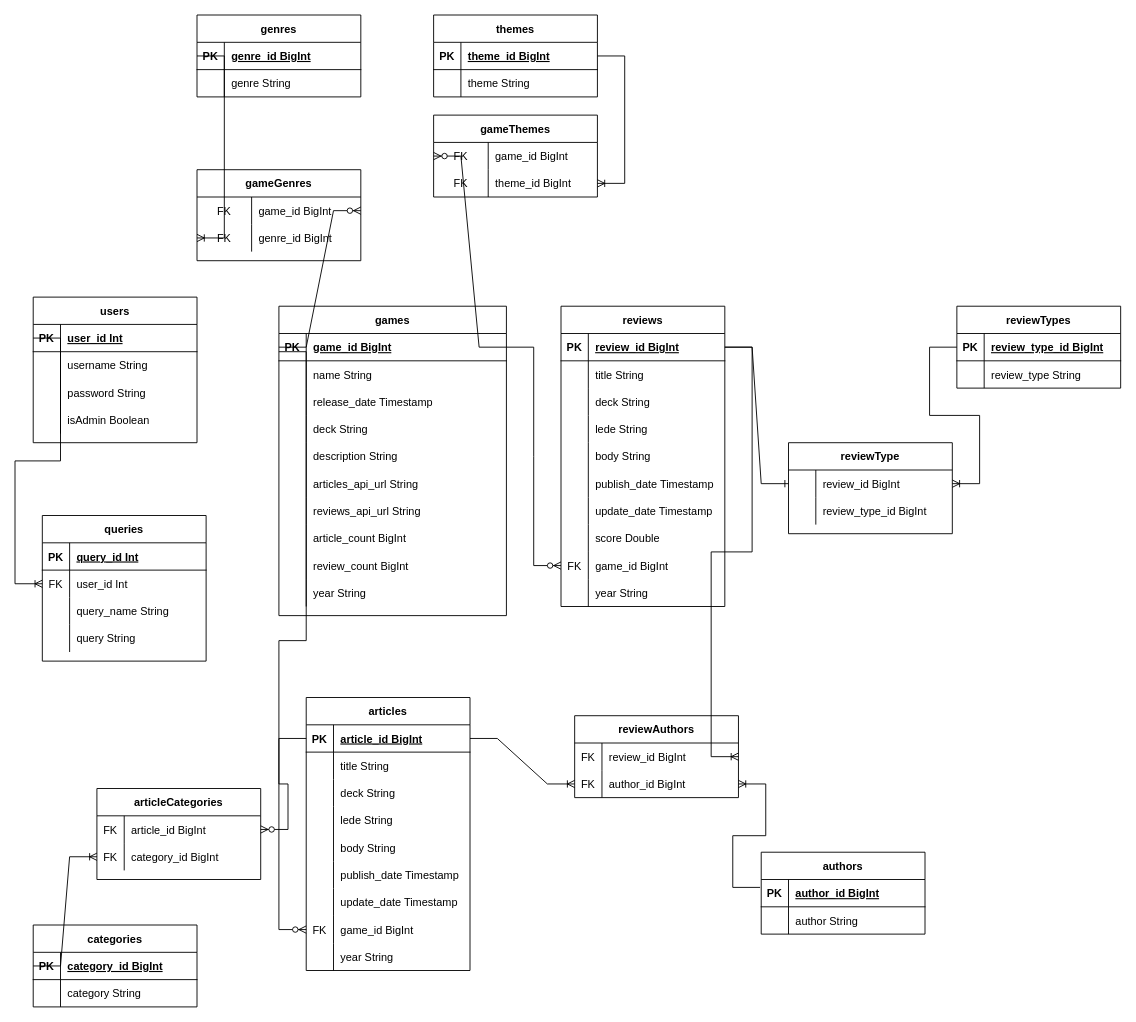
ryanmcallistergrum/Project1 keeps this draw.io diagram as Project1 Database Diagram.drawio. Above is the earlier version. Source tidied: cells renumbered, new cells numbered last; positions are measured from the earlier drawing's top-left corner, leaving out a move shared by most shapes. Both pictures are drawn from the tidied source at 91%, with x=0, y=0 at pixel (33, 15).
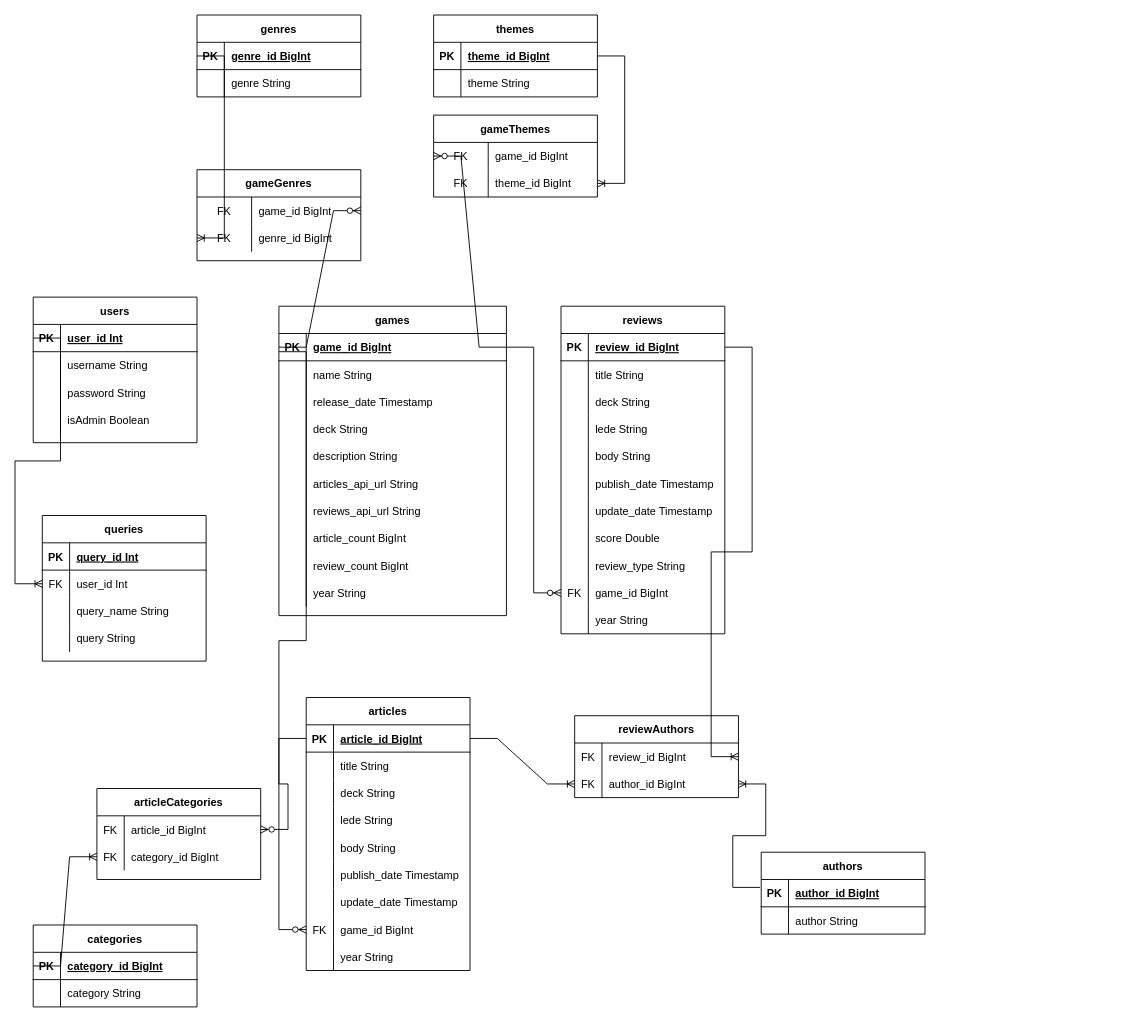
Above is the later version.

Commit message (it also covers changes not shown here):
Re-added review_type to reviews.

The change refers to these unchanged cells:
```xml
<mxCell id="93" style="shape=partialRectangle;fillColor=none;top=0;left=0;bottom=1;right=0;points=[[0,0.5],[1,0.5]];portConstraint=eastwest;" parent="92" vertex="1">
  <mxGeometry y="30" width="180" height="30" as="geometry" />
</mxCell>
```

The edit, as a diff of the source:
```diff
@@
     <mxCell id="92" value="reviews" style="shape=table;startSize=30;childLayout=tableLayout;rowLines=0;fontStyle=1;align=center;" parent="1" vertex="1">
-      <mxGeometry x="580" y="320" width="180" height="330" as="geometry" />
+      <mxGeometry x="580" y="320" width="180" height="360" as="geometry" />
     </mxCell>
@@
+    <mxCell id="202" style="shape=partialRectangle;fillColor=none;top=0;left=0;bottom=0;right=0;" parent="92" vertex="1">
+      <mxGeometry y="270" width="180" height="30" as="geometry" />
+    </mxCell>
+    <mxCell id="203" style="shape=partialRectangle;fillColor=none;top=0;left=0;bottom=0;right=0;overflow=hidden;" parent="202" vertex="1">
+      <mxGeometry width="30" height="30" as="geometry" />
+    </mxCell>
+    <mxCell id="192" value="review_type String" style="shape=partialRectangle;fillColor=none;top=0;left=0;bottom=0;right=0;align=left;spacingLeft=6;overflow=hidden;" parent="202" vertex="1">
+      <mxGeometry x="30" width="150" height="30" as="geometry" />
+    </mxCell>
     <mxCell id="117" style="shape=partialRectangle;fillColor=none;top=0;left=0;bottom=0;right=0;points=[[0,0.5],[1,0.5]];portConstraint=eastwest;" parent="92" vertex="1">
-      <mxGeometry y="270" width="180" height="30" as="geometry" />
+      <mxGeometry y="300" width="180" height="30" as="geometry" />
     </mxCell>
@@
     <mxCell id="120" style="shape=partialRectangle;fillColor=none;top=0;left=0;bottom=0;right=0;" parent="92" vertex="1">
-      <mxGeometry y="300" width="180" height="30" as="geometry" />
+      <mxGeometry y="330" width="180" height="30" as="geometry" />
     </mxCell>
@@
-    <mxCell id="186" value="reviewTypes" style="shape=table;startSize=30;childLayout=tableLayout;rowLines=0;fontStyle=1;align=center;" parent="1" vertex="1">
-      <mxGeometry x="1015" y="320" width="180" height="90" as="geometry" />
-    </mxCell>
-    <mxCell id="187" style="shape=partialRectangle;fillColor=none;top=0;left=0;bottom=1;right=0;points=[[0,0.5],[1,0.5]];portConstraint=eastwest;" parent="186" vertex="1">
-      <mxGeometry y="30" width="180" height="30" as="geometry" />
-    </mxCell>
-    <mxCell id="188" value="PK" style="shape=partialRectangle;fillColor=none;top=0;left=0;bottom=0;right=0;fontStyle=1;overflow=hidden;" parent="187" vertex="1">
-      <mxGeometry width="30" height="30" as="geometry" />
-    </mxCell>
-    <mxCell id="189" value="review_type_id BigInt" style="shape=partialRectangle;fillColor=none;top=0;left=0;bottom=0;right=0;align=left;spacingLeft=6;fontStyle=5;overflow=hidden;" parent="187" vertex="1">
-      <mxGeometry x="30" width="150" height="30" as="geometry" />
-    </mxCell>
-    <mxCell id="190" style="shape=partialRectangle;fillColor=none;top=0;left=0;bottom=0;right=0;" parent="186" vertex="1">
-      <mxGeometry y="60" width="180" height="30" as="geometry" />
-    </mxCell>
-    <mxCell id="191" style="shape=partialRectangle;fillColor=none;top=0;left=0;bottom=0;right=0;overflow=hidden;" parent="190" vertex="1">
-      <mxGeometry width="30" height="30" as="geometry" />
-    </mxCell>
-    <mxCell id="192" value="review_type String" style="shape=partialRectangle;fillColor=none;top=0;left=0;bottom=0;right=0;align=left;spacingLeft=6;overflow=hidden;" parent="190" vertex="1">
-      <mxGeometry x="30" width="150" height="30" as="geometry" />
-    </mxCell>
-    <mxCell id="193" value="reviewType" style="shape=table;startSize=30;childLayout=tableLayout;rowLines=0;fontStyle=1;align=center;" parent="1" vertex="1">
-      <mxGeometry x="830" y="470" width="180" height="100" as="geometry" />
-    </mxCell>
-    <mxCell id="194" style="shape=partialRectangle;fillColor=none;top=0;left=0;bottom=0;right=0;points=[[0,0.5],[1,0.5]];portConstraint=eastwest;" parent="193" vertex="1">
-      <mxGeometry y="30" width="180" height="30" as="geometry" />
-    </mxCell>
-    <mxCell id="195" style="shape=partialRectangle;fillColor=none;top=0;left=0;bottom=0;right=0;overflow=hidden;" parent="194" vertex="1">
-      <mxGeometry width="30" height="30" as="geometry" />
-    </mxCell>
-    <mxCell id="196" value="review_id BigInt" style="shape=partialRectangle;fillColor=none;top=0;left=0;bottom=0;right=0;align=left;spacingLeft=6;overflow=hidden;" parent="194" vertex="1">
-      <mxGeometry x="30" width="150" height="30" as="geometry" />
-    </mxCell>
-    <mxCell id="197" style="shape=partialRectangle;fillColor=none;top=0;left=0;bottom=0;right=0;" parent="193" vertex="1">
-      <mxGeometry y="60" width="180" height="30" as="geometry" />
-    </mxCell>
-    <mxCell id="198" style="shape=partialRectangle;fillColor=none;top=0;left=0;bottom=0;right=0;overflow=hidden;" parent="197" vertex="1">
-      <mxGeometry width="30" height="30" as="geometry" />
-    </mxCell>
-    <mxCell id="199" value="review_type_id BigInt" style="shape=partialRectangle;fillColor=none;top=0;left=0;bottom=0;right=0;align=left;spacingLeft=6;overflow=hidden;" parent="197" vertex="1">
-      <mxGeometry x="30" width="150" height="30" as="geometry" />
-    </mxCell>
-    <mxCell id="200" style="edgeStyle=entityRelationEdgeStyle;fontSize=12;html=1;endArrow=ERone;endFill=1;rounded=0;exitX=1;exitY=0.5;exitDx=0;exitDy=0;entryX=0;entryY=0.5;entryDx=0;entryDy=0;" parent="1" edge="1" source="93" target="194">
-      <mxGeometry relative="1" as="geometry" />
-    </mxCell>
-    <mxCell id="201" style="edgeStyle=entityRelationEdgeStyle;fontSize=12;html=1;endArrow=ERoneToMany;rounded=0;entryX=1;entryY=0.5;entryDx=0;entryDy=0;exitX=0;exitY=0.5;exitDx=0;exitDy=0;" parent="1" edge="1" source="187" target="194">
-      <mxGeometry relative="1" as="geometry" />
-    </mxCell>
```
